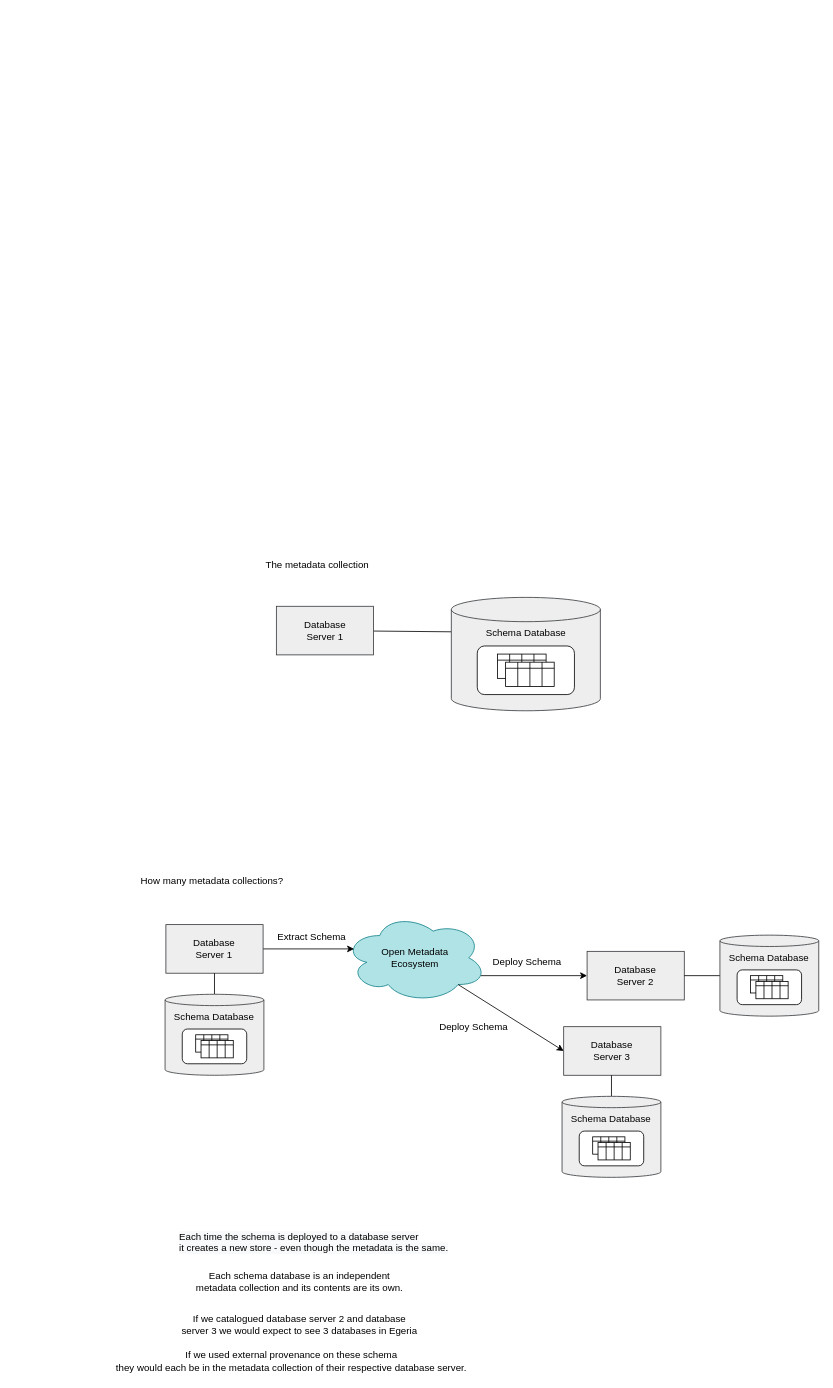
Earlier version of the draw.io diagram page "operational-metadata" (6 of 11) of site/docs/features/metadata-provenance/metadata-provenance.drawio (odpi/egeria-docs). Source tidied: cells renumbered, new cells numbered last; positions are measured from the earlier drawing's top-left corner, leaving out a move shared by most shapes. Both pictures are drawn from the tidied source at 81%, with x=0, y=0 at pixel (109, 556).
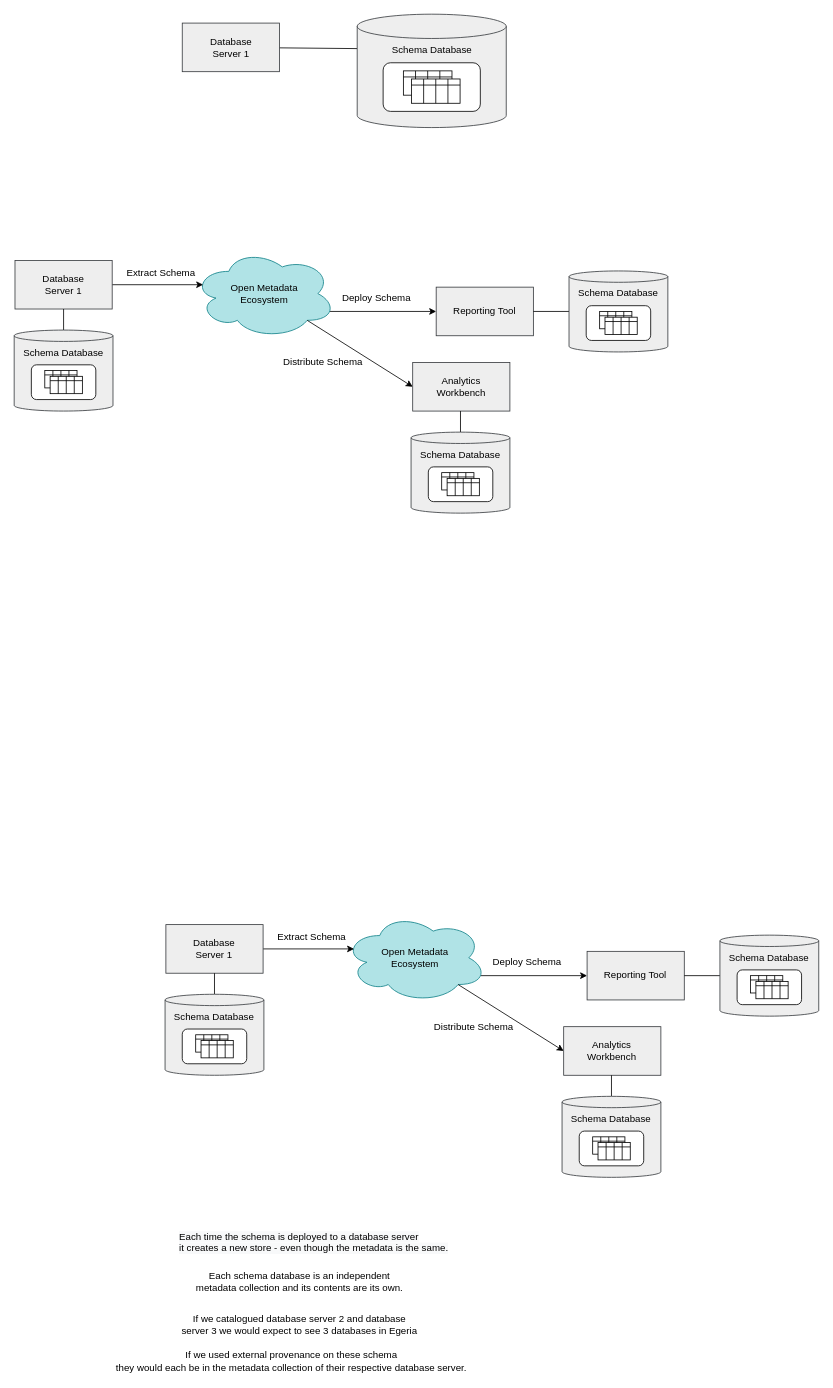
The same diagram, later.

Diff of the diagram source:
```diff
@@
-    <mxCell id="7" value="Database&lt;br&gt;Server 2" style="rounded=0;whiteSpace=wrap;html=1;fillColor=#eeeeee;strokeColor=#36393d;" parent="1" vertex="1">
+    <mxCell id="7" value="Reporting Tool" style="rounded=0;whiteSpace=wrap;html=1;fillColor=#eeeeee;strokeColor=#36393d;" parent="1" vertex="1">
       <mxGeometry x="590.3" y="487" width="120" height="60" as="geometry" />
     </mxCell>
@@
-    <mxCell id="10" value="Database&lt;br&gt;Server 3" style="rounded=0;whiteSpace=wrap;html=1;fillColor=#eeeeee;strokeColor=#36393d;" parent="1" vertex="1">
+    <mxCell id="10" value="Analytics&lt;br&gt;Workbench" style="rounded=0;whiteSpace=wrap;html=1;fillColor=#eeeeee;strokeColor=#36393d;" parent="1" vertex="1">
       <mxGeometry x="561.4" y="580" width="120" height="60" as="geometry" />
     </mxCell>
-    <mxCell id="11" value="Deploy Schema" style="text;html=1;align=center;verticalAlign=middle;strokeColor=none;fillColor=none;" parent="1" vertex="1">
-      <mxGeometry x="400.3" y="570" width="100" height="20" as="geometry" />
+    <mxCell id="11" value="Distribute Schema" style="text;html=1;align=center;verticalAlign=middle;strokeColor=none;fillColor=none;" parent="1" vertex="1">
+      <mxGeometry x="390.3" y="565" width="120" height="30" as="geometry" />
     </mxCell>
-    <mxCell id="12" value="How many metadata collections?" style="text;html=1;align=center;verticalAlign=middle;strokeColor=none;fillColor=none;" parent="1" vertex="1">
-      <mxGeometry x="32" y="390" width="190" height="20" as="geometry" />
-    </mxCell>
@@
     <mxCell id="14" value="Database&lt;br&gt;Server 1" style="rounded=0;whiteSpace=wrap;html=1;fillColor=#eeeeee;strokeColor=#36393d;" parent="1" vertex="1">
-      <mxGeometry x="206.7" y="61" width="120" height="60" as="geometry" />
+      <mxGeometry x="90.5" y="-659" width="120" height="60" as="geometry" />
     </mxCell>
-    <mxCell id="15" value="The metadata collection" style="text;html=1;align=center;verticalAlign=middle;strokeColor=none;fillColor=none;" parent="1" vertex="1">
-      <mxGeometry x="186.7" width="140" height="20" as="geometry" />
-    </mxCell>
     <mxCell id="16" value="Schema Database" style="shape=cylinder3;whiteSpace=wrap;html=1;boundedLbl=1;backgroundOutline=1;size=15;fillColor=#eeeeee;strokeColor=#36393d;verticalAlign=top;" parent="1" vertex="1">
-      <mxGeometry x="422.7" y="50" width="184" height="140" as="geometry" />
+      <mxGeometry x="306.5" y="-670" width="184" height="140" as="geometry" />
     </mxCell>
     <mxCell id="17" style="rounded=1;whiteSpace=wrap;html=1;" parent="1" vertex="1">
-      <mxGeometry x="454.7" y="110" width="120" height="60" as="geometry" />
+      <mxGeometry x="338.5" y="-610" width="120" height="60" as="geometry" />
     </mxCell>
     <mxCell id="18" style="group;" parent="1" vertex="1">
-      <mxGeometry x="479.7" y="120" width="60" height="30" as="geometry" />
+      <mxGeometry x="363.5" y="-600" width="60" height="30" as="geometry" />
     </mxCell>
@@
     <mxCell id="22" style="group;" parent="1" vertex="1">
-      <mxGeometry x="489.7" y="130" width="60" height="30" as="geometry" />
+      <mxGeometry x="373.5" y="-590" width="60" height="30" as="geometry" />
     </mxCell>
@@
+    <mxCell id="63" style="edgeStyle=none;rounded=0;jettySize=auto;html=1;exitX=0.96;exitY=0.7;exitDx=0;exitDy=0;exitPerimeter=0;entryX=0;entryY=0.5;entryDx=0;entryDy=0;" parent="1" edge="1" source="64" target="68">
+      <mxGeometry relative="1" as="geometry" />
+    </mxCell>
+    <mxCell id="64" value="Open Metadata&lt;br&gt;Ecosystem" style="ellipse;shape=cloud;whiteSpace=wrap;html=1;fillColor=#b0e3e6;strokeColor=#0e8088;" parent="1" vertex="1">
+      <mxGeometry x="104" y="-380" width="176" height="110" as="geometry" />
+    </mxCell>
+    <mxCell id="65" style="rounded=0;jettySize=auto;html=1;entryX=0.07;entryY=0.4;entryDx=0;entryDy=0;entryPerimeter=0;" parent="1" edge="1" source="66" target="64">
+      <mxGeometry relative="1" as="geometry" />
+    </mxCell>
+    <mxCell id="66" value="Database&lt;br&gt;Server 1" style="rounded=0;whiteSpace=wrap;html=1;fillColor=#eeeeee;strokeColor=#36393d;" parent="1" vertex="1">
+      <mxGeometry x="-116" y="-366" width="120" height="60" as="geometry" />
+    </mxCell>
+    <mxCell id="67" value="Extract Schema" style="text;html=1;align=center;verticalAlign=middle;strokeColor=none;fillColor=none;" parent="1" vertex="1">
+      <mxGeometry x="14" y="-360" width="100" height="20" as="geometry" />
+    </mxCell>
+    <mxCell id="68" value="Reporting Tool" style="rounded=0;whiteSpace=wrap;html=1;fillColor=#eeeeee;strokeColor=#36393d;" parent="1" vertex="1">
+      <mxGeometry x="404" y="-333" width="120" height="60" as="geometry" />
+    </mxCell>
+    <mxCell id="69" value="Deploy Schema" style="text;html=1;align=center;verticalAlign=middle;strokeColor=none;fillColor=none;" parent="1" vertex="1">
+      <mxGeometry x="280" y="-330" width="100" height="20" as="geometry" />
+    </mxCell>
+    <mxCell id="70" style="edgeStyle=none;rounded=0;jettySize=auto;html=1;exitX=0.8;exitY=0.8;exitDx=0;exitDy=0;exitPerimeter=0;entryX=0;entryY=0.5;entryDx=0;entryDy=0;" parent="1" edge="1" source="64" target="71">
+      <mxGeometry relative="1" as="geometry" />
+    </mxCell>
+    <mxCell id="71" value="Analytics&lt;br&gt;Workbench" style="rounded=0;whiteSpace=wrap;html=1;fillColor=#eeeeee;strokeColor=#36393d;" parent="1" vertex="1">
+      <mxGeometry x="375" y="-240" width="120" height="60" as="geometry" />
+    </mxCell>
+    <mxCell id="72" value="Distribute Schema" style="text;html=1;align=center;verticalAlign=middle;strokeColor=none;fillColor=none;" parent="1" vertex="1">
+      <mxGeometry x="204" y="-255" width="120" height="30" as="geometry" />
+    </mxCell>
+    <mxCell id="73" style="edgeStyle=none;rounded=0;jettySize=auto;html=1;entryX=0.5;entryY=0;entryDx=0;entryDy=0;entryPerimeter=0;exitX=0.5;exitY=1;exitDx=0;exitDy=0;endArrow=none;endFill=0;" parent="1" edge="1" source="66" target="74">
+      <mxGeometry relative="1" as="geometry" />
+    </mxCell>
+    <mxCell id="74" value="Schema Database" style="shape=cylinder3;whiteSpace=wrap;html=1;boundedLbl=1;backgroundOutline=1;size=7;fillColor=#eeeeee;strokeColor=#36393d;verticalAlign=top;" parent="1" vertex="1">
+      <mxGeometry x="-117" y="-280" width="122" height="100" as="geometry" />
+    </mxCell>
+    <mxCell id="75" style="rounded=1;whiteSpace=wrap;html=1;" parent="1" vertex="1">
+      <mxGeometry x="-95.8" y="-237.1" width="79.6" height="42.9" as="geometry" />
+    </mxCell>
+    <mxCell id="76" style="group;" parent="1" vertex="1">
+      <mxGeometry x="-79.2" y="-230" width="39.8" height="21.4" as="geometry" />
+    </mxCell>
+    <mxCell id="77" style="shape=process;whiteSpace=wrap;html=1;backgroundOutline=1;size=0.25;" parent="76" vertex="1">
+      <mxGeometry width="39.8" height="21.4" as="geometry" />
+    </mxCell>
+    <mxCell id="78" style="edgeStyle=none;rounded=0;orthogonalLoop=1;jettySize=auto;html=1;exitX=0;exitY=0.25;exitDx=0;exitDy=0;entryX=1;entryY=0.25;entryDx=0;entryDy=0;endArrow=none;endFill=0;" parent="76" edge="1" source="77" target="77">
+      <mxGeometry relative="1" as="geometry" />
+    </mxCell>
+    <mxCell id="79" style="edgeStyle=none;rounded=0;orthogonalLoop=1;jettySize=auto;html=1;exitX=0.5;exitY=0;exitDx=0;exitDy=0;entryX=0.5;entryY=1;entryDx=0;entryDy=0;endArrow=none;endFill=0;" parent="76" edge="1" source="77" target="77">
+      <mxGeometry relative="1" as="geometry" />
+    </mxCell>
+    <mxCell id="80" style="group;" parent="1" vertex="1">
+      <mxGeometry x="-72.6" y="-222.9" width="39.8" height="21.4" as="geometry" />
+    </mxCell>
+    <mxCell id="81" style="shape=process;whiteSpace=wrap;html=1;backgroundOutline=1;size=0.25;" parent="80" vertex="1">
+      <mxGeometry width="39.8" height="21.4" as="geometry" />
+    </mxCell>
+    <mxCell id="82" style="edgeStyle=none;rounded=0;orthogonalLoop=1;jettySize=auto;html=1;exitX=0;exitY=0.25;exitDx=0;exitDy=0;entryX=1;entryY=0.25;entryDx=0;entryDy=0;endArrow=none;endFill=0;" parent="80" edge="1" source="81" target="81">
+      <mxGeometry relative="1" as="geometry" />
+    </mxCell>
+    <mxCell id="83" style="edgeStyle=none;rounded=0;orthogonalLoop=1;jettySize=auto;html=1;exitX=0.5;exitY=0;exitDx=0;exitDy=0;entryX=0.5;entryY=1;entryDx=0;entryDy=0;endArrow=none;endFill=0;" parent="80" edge="1" source="81" target="81">
+      <mxGeometry relative="1" as="geometry" />
+    </mxCell>
+    <mxCell id="84" style="edgeStyle=none;rounded=0;jettySize=auto;html=1;entryX=0.5;entryY=0;entryDx=0;entryDy=0;entryPerimeter=0;exitX=0.5;exitY=1;exitDx=0;exitDy=0;endArrow=none;endFill=0;" parent="1" edge="1" target="85">
+      <mxGeometry relative="1" as="geometry">
+        <mxPoint x="434" y="-180" as="sourcePoint" />
+      </mxGeometry>
+    </mxCell>
+    <mxCell id="85" value="Schema Database" style="shape=cylinder3;whiteSpace=wrap;html=1;boundedLbl=1;backgroundOutline=1;size=7;fillColor=#eeeeee;strokeColor=#36393d;verticalAlign=top;" parent="1" vertex="1">
+      <mxGeometry x="373" y="-154" width="122" height="100" as="geometry" />
+    </mxCell>
+    <mxCell id="86" style="rounded=1;whiteSpace=wrap;html=1;" parent="1" vertex="1">
+      <mxGeometry x="394.3" y="-111.1" width="79.6" height="42.9" as="geometry" />
+    </mxCell>
+    <mxCell id="87" style="group;" parent="1" vertex="1">
+      <mxGeometry x="410.8" y="-104" width="39.8" height="21.4" as="geometry" />
+    </mxCell>
+    <mxCell id="88" style="shape=process;whiteSpace=wrap;html=1;backgroundOutline=1;size=0.25;" parent="87" vertex="1">
+      <mxGeometry width="39.8" height="21.4" as="geometry" />
+    </mxCell>
+    <mxCell id="89" style="edgeStyle=none;rounded=0;orthogonalLoop=1;jettySize=auto;html=1;exitX=0;exitY=0.25;exitDx=0;exitDy=0;entryX=1;entryY=0.25;entryDx=0;entryDy=0;endArrow=none;endFill=0;" parent="87" edge="1" source="88" target="88">
+      <mxGeometry relative="1" as="geometry" />
+    </mxCell>
+    <mxCell id="90" style="edgeStyle=none;rounded=0;orthogonalLoop=1;jettySize=auto;html=1;exitX=0.5;exitY=0;exitDx=0;exitDy=0;entryX=0.5;entryY=1;entryDx=0;entryDy=0;endArrow=none;endFill=0;" parent="87" edge="1" source="88" target="88">
+      <mxGeometry relative="1" as="geometry" />
+    </mxCell>
+    <mxCell id="91" style="group;" parent="1" vertex="1">
+      <mxGeometry x="417.5" y="-96.9" width="39.8" height="21.4" as="geometry" />
+    </mxCell>
+    <mxCell id="92" style="shape=process;whiteSpace=wrap;html=1;backgroundOutline=1;size=0.25;" parent="91" vertex="1">
+      <mxGeometry width="39.8" height="21.4" as="geometry" />
+    </mxCell>
+    <mxCell id="93" style="edgeStyle=none;rounded=0;orthogonalLoop=1;jettySize=auto;html=1;exitX=0;exitY=0.25;exitDx=0;exitDy=0;entryX=1;entryY=0.25;entryDx=0;entryDy=0;endArrow=none;endFill=0;" parent="91" edge="1" source="92" target="92">
+      <mxGeometry relative="1" as="geometry" />
+    </mxCell>
+    <mxCell id="94" style="edgeStyle=none;rounded=0;orthogonalLoop=1;jettySize=auto;html=1;exitX=0.5;exitY=0;exitDx=0;exitDy=0;entryX=0.5;entryY=1;entryDx=0;entryDy=0;endArrow=none;endFill=0;" parent="91" edge="1" source="92" target="92">
+      <mxGeometry relative="1" as="geometry" />
+    </mxCell>
+    <mxCell id="95" style="edgeStyle=none;rounded=0;jettySize=auto;html=1;entryX=0;entryY=0.5;entryDx=0;entryDy=0;entryPerimeter=0;exitX=1;exitY=0.5;exitDx=0;exitDy=0;endArrow=none;endFill=0;" parent="1" edge="1" source="68" target="96">
+      <mxGeometry relative="1" as="geometry" />
+    </mxCell>
+    <mxCell id="96" value="Schema Database" style="shape=cylinder3;whiteSpace=wrap;html=1;boundedLbl=1;backgroundOutline=1;size=7;fillColor=#eeeeee;strokeColor=#36393d;verticalAlign=top;" parent="1" vertex="1">
+      <mxGeometry x="568" y="-353" width="122" height="100" as="geometry" />
+    </mxCell>
+    <mxCell id="97" style="rounded=1;whiteSpace=wrap;html=1;" parent="1" vertex="1">
+      <mxGeometry x="589.2" y="-310.1" width="79.6" height="42.9" as="geometry" />
+    </mxCell>
+    <mxCell id="98" style="group;" parent="1" vertex="1">
+      <mxGeometry x="605.8" y="-303" width="39.8" height="21.4" as="geometry" />
+    </mxCell>
+    <mxCell id="99" style="shape=process;whiteSpace=wrap;html=1;backgroundOutline=1;size=0.25;" parent="98" vertex="1">
+      <mxGeometry width="39.8" height="21.4" as="geometry" />
+    </mxCell>
+    <mxCell id="100" style="edgeStyle=none;rounded=0;orthogonalLoop=1;jettySize=auto;html=1;exitX=0;exitY=0.25;exitDx=0;exitDy=0;entryX=1;entryY=0.25;entryDx=0;entryDy=0;endArrow=none;endFill=0;" parent="98" edge="1" source="99" target="99">
+      <mxGeometry relative="1" as="geometry" />
+    </mxCell>
+    <mxCell id="101" style="edgeStyle=none;rounded=0;orthogonalLoop=1;jettySize=auto;html=1;exitX=0.5;exitY=0;exitDx=0;exitDy=0;entryX=0.5;entryY=1;entryDx=0;entryDy=0;endArrow=none;endFill=0;" parent="98" edge="1" source="99" target="99">
+      <mxGeometry relative="1" as="geometry" />
+    </mxCell>
+    <mxCell id="102" style="group;" parent="1" vertex="1">
+      <mxGeometry x="612.4" y="-295.9" width="39.8" height="21.4" as="geometry" />
+    </mxCell>
+    <mxCell id="103" style="shape=process;whiteSpace=wrap;html=1;backgroundOutline=1;size=0.25;" parent="102" vertex="1">
+      <mxGeometry width="39.8" height="21.4" as="geometry" />
+    </mxCell>
+    <mxCell id="104" style="edgeStyle=none;rounded=0;orthogonalLoop=1;jettySize=auto;html=1;exitX=0;exitY=0.25;exitDx=0;exitDy=0;entryX=1;entryY=0.25;entryDx=0;entryDy=0;endArrow=none;endFill=0;" parent="102" edge="1" source="103" target="103">
+      <mxGeometry relative="1" as="geometry" />
+    </mxCell>
+    <mxCell id="105" style="edgeStyle=none;rounded=0;orthogonalLoop=1;jettySize=auto;html=1;exitX=0.5;exitY=0;exitDx=0;exitDy=0;entryX=0.5;entryY=1;entryDx=0;entryDy=0;endArrow=none;endFill=0;" parent="102" edge="1" source="103" target="103">
+      <mxGeometry relative="1" as="geometry" />
+    </mxCell>
```
